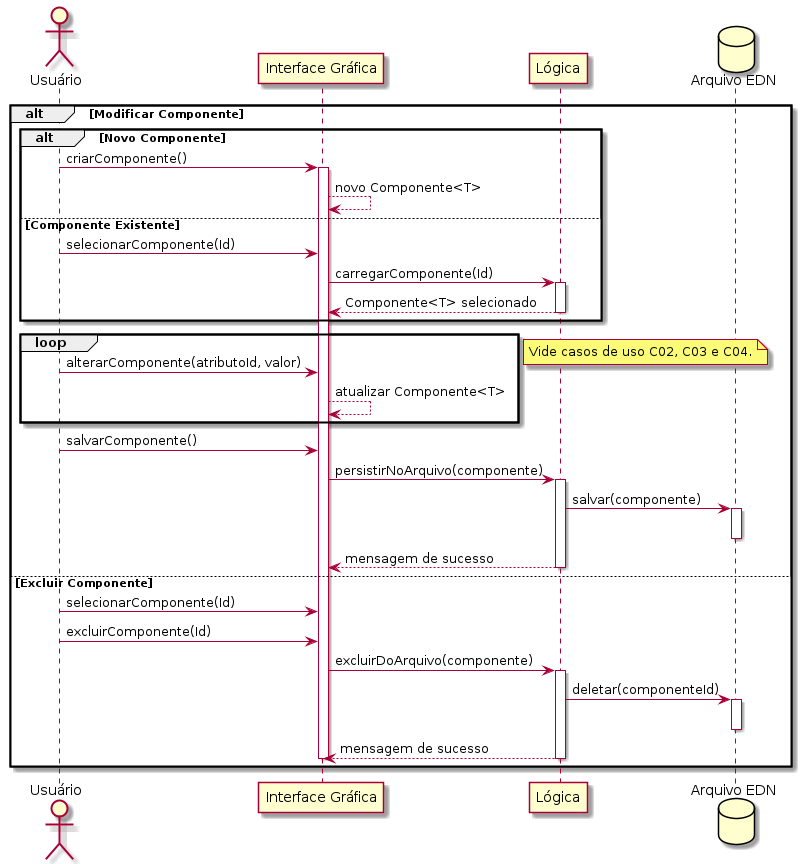
Earlier version of the PlantUML export Artefatos/Diagramas/Sequência/C07.png (ICEI-PUC-Minas-PPLES-TI/plf-es-2022-1-tcci-5308100-dev-marlon-silva). Its diagram source:
```plantuml
@startuml

actor Usuário as usr
participant "Interface Gráfica" as gui
participant Lógica as lgc
database "Arquivo EDN" as file

alt Modificar Componente
    alt Novo Componente
        usr -> gui: criarComponente()
        activate gui
        gui --> gui: novo Componente<T>

    else Componente Existente
        usr -> gui: selecionarComponente(Id)
        gui -> lgc: carregarComponente(Id)
        activate lgc
        lgc --> gui: Componente<T> selecionado
        deactivate lgc
    end

    loop
        usr -> gui: alterarComponente(atributoId, valor)
        gui --> gui: atualizar Componente<T>
    end

    note right
        Vide casos de uso C02, C03 e C04.
    end note

    usr -> gui: salvarComponente()
    gui -> lgc: persistirNoArquivo(componente)
    activate lgc
    lgc -> file: salvar(componente)
    activate file
    deactivate file
    lgc --> gui: mensagem de sucesso
    deactivate lgc

else Excluir Componente
    usr -> gui: selecionarComponente(Id)
    usr -> gui: excluirComponente(Id)
    gui -> lgc: excluirDoArquivo(componente)
    activate lgc
    lgc -> file: deletar(componenteId)
    activate file
    deactivate file
    lgc --> gui: mensagem de sucesso
    deactivate lgc
    deactivate gui
end

@enduml
```
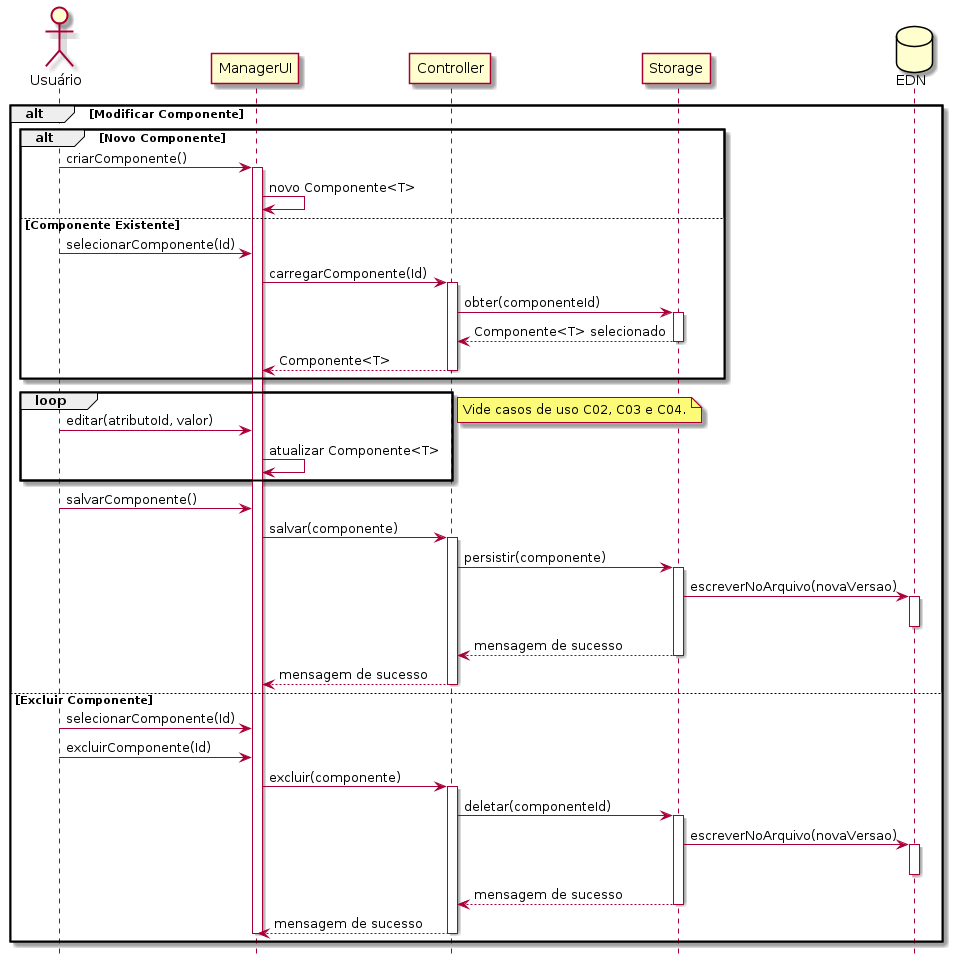
After the commit.

What changed in the source:
```diff
@@ -1,53 +1,68 @@
-@startuml
+@startuml c07
 
-actor Usuário as usr
-participant "Interface Gráfica" as gui
-participant Lógica as lgc
-database "Arquivo EDN" as file
+hide footbox
+
+actor "Usuário" as usr
+participant "ManagerUI" as mui
+participant "Controller" as ctrl
+participant "Storage" as str
+database "EDN" as edn
 
 alt Modificar Componente
     alt Novo Componente
-        usr -> gui: criarComponente()
-        activate gui
-        gui --> gui: novo Componente<T>
+        usr -> mui: criarComponente()
+        activate mui
+        mui -> mui: novo Componente<T>
 
     else Componente Existente
-        usr -> gui: selecionarComponente(Id)
-        gui -> lgc: carregarComponente(Id)
-        activate lgc
-        lgc --> gui: Componente<T> selecionado
-        deactivate lgc
+        usr -> mui: selecionarComponente(Id)
+        mui -> ctrl: carregarComponente(Id)
+        activate ctrl
+        ctrl -> str : obter(componenteId)
+        activate str
+        str --> ctrl : Componente<T> selecionado
+        deactivate str
+        ctrl --> mui: Componente<T>
+        deactivate ctrl
     end
 
     loop
-        usr -> gui: alterarComponente(atributoId, valor)
-        gui --> gui: atualizar Componente<T>
+        usr -> mui: editar(atributoId, valor)
+        mui -> mui: atualizar Componente<T>
     end
 
     note right
         Vide casos de uso C02, C03 e C04.
     end note
 
-    usr -> gui: salvarComponente()
-    gui -> lgc: persistirNoArquivo(componente)
-    activate lgc
-    lgc -> file: salvar(componente)
-    activate file
-    deactivate file
-    lgc --> gui: mensagem de sucesso
-    deactivate lgc
+    usr -> mui: salvarComponente()
+    mui -> ctrl: salvar(componente)
+    activate ctrl
+    ctrl -> str: persistir(componente)
+    activate str
+    str -> edn : escreverNoArquivo(novaVersao)
+    activate edn
+    deactivate edn
+    str --> ctrl : mensagem de sucesso
+    deactivate str
+    ctrl --> mui: mensagem de sucesso
+    deactivate ctrl
 
 else Excluir Componente
-    usr -> gui: selecionarComponente(Id)
-    usr -> gui: excluirComponente(Id)
-    gui -> lgc: excluirDoArquivo(componente)
-    activate lgc
-    lgc -> file: deletar(componenteId)
-    activate file
-    deactivate file
-    lgc --> gui: mensagem de sucesso
-    deactivate lgc
-    deactivate gui
+    usr -> mui: selecionarComponente(Id)
+    usr -> mui: excluirComponente(Id)
+    mui -> ctrl: excluir(componente)
+    activate ctrl
+    ctrl -> str: deletar(componenteId)
+    activate str
+    str -> edn : escreverNoArquivo(novaVersao)
+    activate edn
+    deactivate edn
+    str --> ctrl : mensagem de sucesso
+    deactivate str
+    ctrl --> mui: mensagem de sucesso
+    deactivate ctrl
+    deactivate mui
 end
 
 @enduml
```
